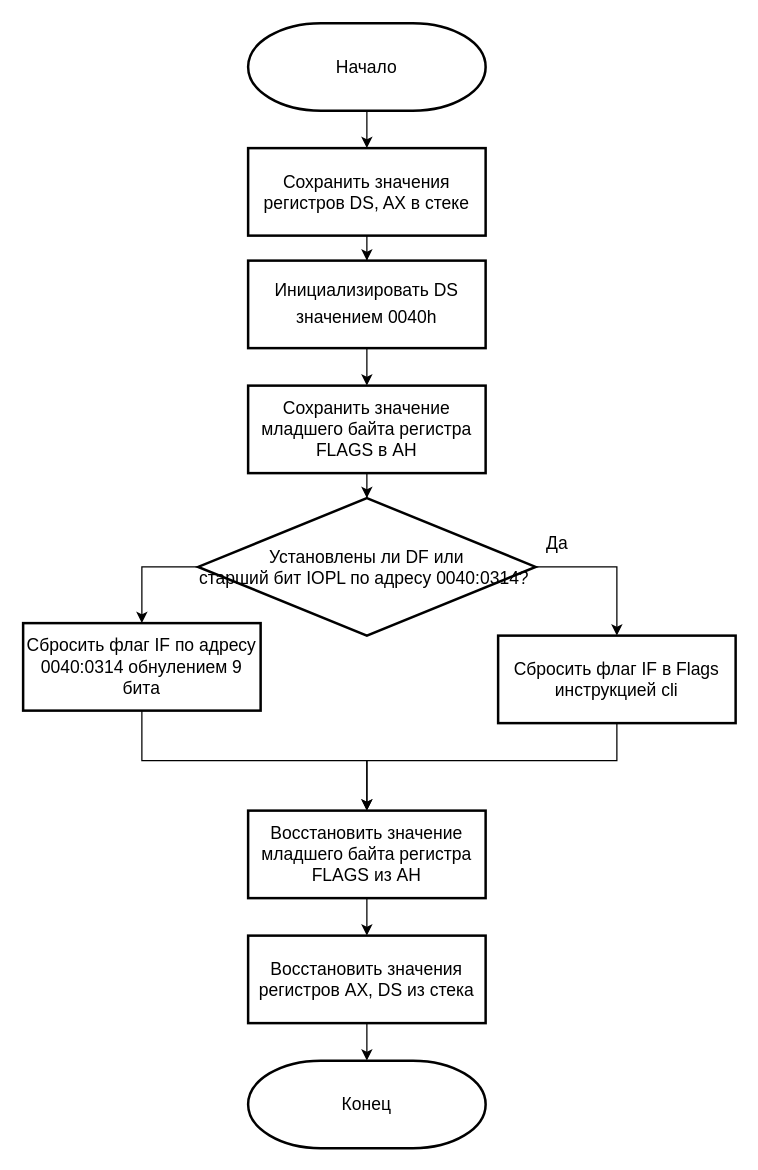
The draw.io diagram page "Страница 3" (3 of 3) of lab1_1/выполнение/int8.drawio in alena-zayts/BMSTU_5sem_operating_systems, before the edit. Source tidied: cells renumbered, new cells numbered last; positions are measured from the earlier drawing's top-left corner, leaving out a move shared by most shapes. Both pictures are drawn from the tidied source at 125%, with x=0, y=0 at pixel (22, 22).
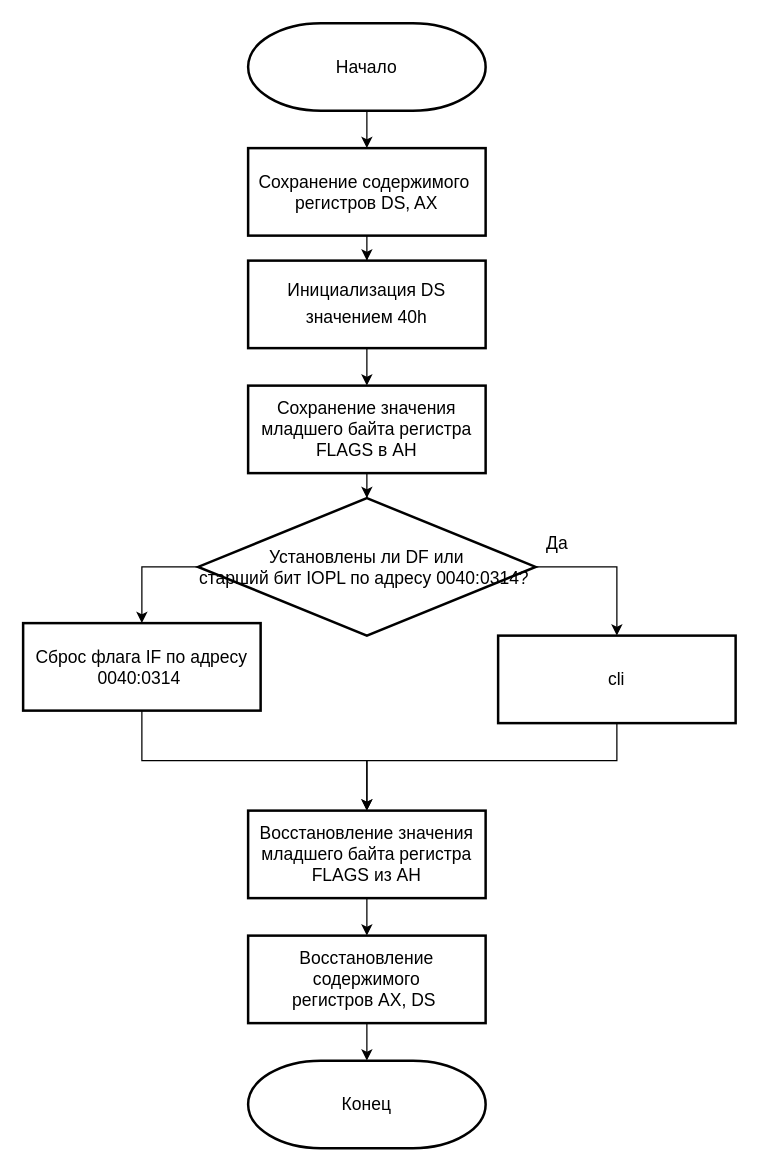
Above is the later version.

The edit, as a diff of the source:
```diff
@@
-    <mxCell id="5" value="Сохранить значения регистров DS, AX в стеке" style="rounded=0;whiteSpace=wrap;html=1;strokeWidth=2;fontSize=14;" parent="1" vertex="1">
+    <mxCell id="5" value="Сохранение содержимого&amp;nbsp;&lt;br&gt;регистров DS, AX" style="rounded=0;whiteSpace=wrap;html=1;strokeWidth=2;fontSize=14;" parent="1" vertex="1">
       <mxGeometry x="180" y="100" width="190" height="70" as="geometry" />
     </mxCell>
@@
-    <mxCell id="7" value="Инициализировать DS значением 0040h&lt;span lang=&quot;EN-US&quot; style=&quot;font-size: 14.0pt ; font-family: &amp;#34;times new roman&amp;#34; , &amp;#34;serif&amp;#34; ; color: #7f7f7f&quot;&gt;&lt;/span&gt;" style="rounded=0;whiteSpace=wrap;html=1;strokeWidth=2;fontSize=14;" parent="1" vertex="1">
+    <mxCell id="7" value="Инициализация DS значением 40h&lt;span lang=&quot;EN-US&quot; style=&quot;font-size: 14.0pt ; font-family: &amp;#34;times new roman&amp;#34; , &amp;#34;serif&amp;#34; ; color: #7f7f7f&quot;&gt;&lt;/span&gt;" style="rounded=0;whiteSpace=wrap;html=1;strokeWidth=2;fontSize=14;" parent="1" vertex="1">
       <mxGeometry x="180" y="190" width="190" height="70" as="geometry" />
     </mxCell>
@@
-    <mxCell id="9" value="Сохранить значение младшего байта регистра FLAGS в AH" style="rounded=0;whiteSpace=wrap;html=1;strokeWidth=2;fontSize=14;" parent="1" vertex="1">
+    <mxCell id="9" value="Сохранение значения младшего байта регистра FLAGS в AH" style="rounded=0;whiteSpace=wrap;html=1;strokeWidth=2;fontSize=14;" parent="1" vertex="1">
       <mxGeometry x="180" y="290" width="190" height="70" as="geometry" />
     </mxCell>
@@
-    <mxCell id="15" value="Сбросить флаг IF в Flags инструкцией cli" style="rounded=0;whiteSpace=wrap;html=1;strokeWidth=2;fontSize=14;" parent="1" vertex="1">
+    <mxCell id="15" value="cli" style="rounded=0;whiteSpace=wrap;html=1;strokeWidth=2;fontSize=14;" parent="1" vertex="1">
       <mxGeometry x="380" y="490" width="190" height="70" as="geometry" />
     </mxCell>
@@
-    <mxCell id="17" value="Восстановить значения регистров AX, DS из стека" style="rounded=0;whiteSpace=wrap;html=1;strokeWidth=2;fontSize=14;" parent="1" vertex="1">
+    <mxCell id="17" value="Восстановление содержимого &lt;br&gt;регистров AX, DS&amp;nbsp;" style="rounded=0;whiteSpace=wrap;html=1;strokeWidth=2;fontSize=14;" parent="1" vertex="1">
       <mxGeometry x="180" y="730" width="190" height="70" as="geometry" />
     </mxCell>
@@
-    <mxCell id="19" value="Сбросить флаг IF по адресу&lt;br&gt;0040:0314 обнулением 9 бита" style="rounded=0;whiteSpace=wrap;html=1;strokeWidth=2;fontSize=14;" parent="1" vertex="1">
+    <mxCell id="19" value="Сброс флага IF по адресу&lt;br&gt;0040:0314&amp;nbsp;" style="rounded=0;whiteSpace=wrap;html=1;strokeWidth=2;fontSize=14;" parent="1" vertex="1">
       <mxGeometry y="480" width="190" height="70" as="geometry" />
     </mxCell>
@@
-    <mxCell id="21" value="Восстановить значение младшего байта регистра FLAGS из AH" style="rounded=0;whiteSpace=wrap;html=1;strokeWidth=2;fontSize=14;" parent="1" vertex="1">
+    <mxCell id="21" value="Восстановление значения младшего байта регистра FLAGS из AH" style="rounded=0;whiteSpace=wrap;html=1;strokeWidth=2;fontSize=14;" parent="1" vertex="1">
       <mxGeometry x="180" y="630" width="190" height="70" as="geometry" />
     </mxCell>
```
